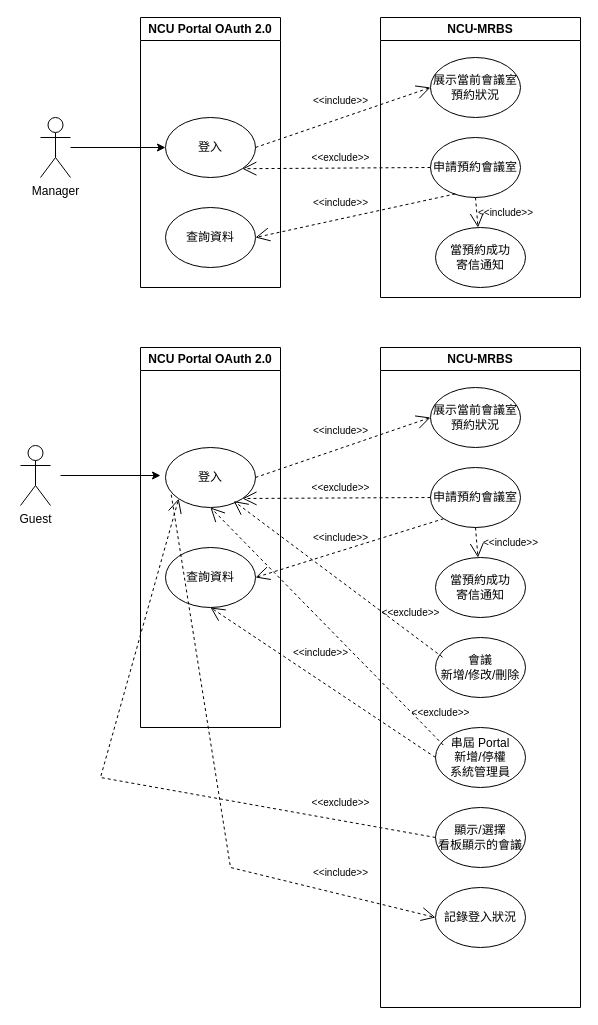
Earlier version of the draw.io diagram doc/useCase.drawio (tommygood/Meeting-Room-Booking-System). Source tidied: cells renumbered, new cells numbered last; positions are measured from the earlier drawing's top-left corner, leaving out a move shared by most shapes. Both pictures are drawn from the tidied source at 100%, with x=0, y=0 at pixel (20, 17).
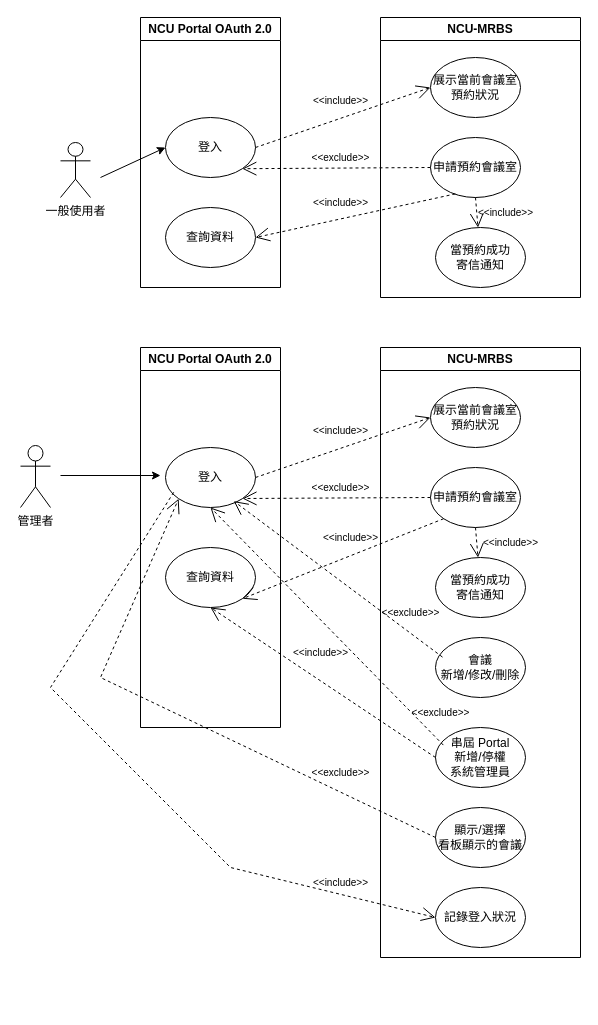
The same page after the edit.

The change refers to these unchanged cells:
```xml
<mxCell id="4" value="登入" style="ellipse;whiteSpace=wrap;html=1;" parent="3" vertex="1">
  <mxGeometry x="25" y="100" width="90" height="60" as="geometry" />
</mxCell>
<mxCell id="20" value="登入" style="ellipse;whiteSpace=wrap;html=1;" parent="19" vertex="1">
  <mxGeometry x="25" y="100" width="90" height="60" as="geometry" />
</mxCell>
<mxCell id="21" value="查詢資料" style="ellipse;whiteSpace=wrap;html=1;" parent="19" vertex="1">
  <mxGeometry x="25" y="200" width="90" height="60" as="geometry" />
</mxCell>
<mxCell id="26" value="顯示/選擇&lt;div&gt;看板顯示的會議&lt;/div&gt;" style="ellipse;whiteSpace=wrap;html=1;" parent="22" vertex="1">
  <mxGeometry x="55" y="460" width="90" height="60" as="geometry" />
</mxCell>
<mxCell id="27" value="記錄登入狀況" style="ellipse;whiteSpace=wrap;html=1;" parent="22" vertex="1">
  <mxGeometry x="55" y="540" width="90" height="60" as="geometry" />
</mxCell>
<mxCell id="28" value="申請預約會議室" style="ellipse;whiteSpace=wrap;html=1;" parent="22" vertex="1">
  <mxGeometry x="50" y="120" width="90" height="60" as="geometry" />
</mxCell>
```

Diff of the diagram source:
```diff
@@
-    <mxCell id="2" value="Manager" style="shape=umlActor;verticalLabelPosition=bottom;verticalAlign=top;html=1;outlineConnect=0;" parent="1" vertex="1">
-      <mxGeometry x="20" y="100" width="30" height="60" as="geometry" />
+    <mxCell id="2" value="管理者" style="shape=umlActor;verticalLabelPosition=bottom;verticalAlign=top;html=1;outlineConnect=0;" parent="1" vertex="1">
+      <mxGeometry y="428" width="30" height="62" as="geometry" />
     </mxCell>
@@
-    <mxCell id="6" value="Guest" style="shape=umlActor;verticalLabelPosition=bottom;verticalAlign=top;html=1;" parent="1" vertex="1">
-      <mxGeometry y="428" width="30" height="60" as="geometry" />
+    <mxCell id="6" value="一般使用者" style="shape=umlActor;verticalLabelPosition=bottom;verticalAlign=top;html=1;" parent="1" vertex="1">
+      <mxGeometry x="40" y="125" width="30" height="55" as="geometry" />
     </mxCell>
@@
-    <mxCell id="8" style="endArrow=classic;html=1;rounded=0;entryX=0;entryY=0.5;entryDx=0;entryDy=0;" parent="1" edge="1" source="2" target="4">
-      <mxGeometry relative="1" as="geometry" />
+    <mxCell id="8" style="endArrow=classic;html=1;rounded=0;entryX=0;entryY=0.5;entryDx=0;entryDy=0;" parent="1" edge="1" target="4">
+      <mxGeometry relative="1" as="geometry">
+        <mxPoint x="80" y="160" as="sourcePoint" />
+      </mxGeometry>
     </mxCell>
@@
     <mxCell id="22" value="NCU-MRBS" style="swimlane;whiteSpace=wrap;html=1;startSize=23;" parent="1" vertex="1">
-      <mxGeometry x="360" y="330" width="200" height="660" as="geometry" />
+      <mxGeometry x="360" y="330" width="200" height="610" as="geometry" />
     </mxCell>
@@
-    <mxCell id="40" style="endArrow=open;endSize=12;dashed=1;html=1;rounded=0;exitX=0;exitY=1;exitDx=0;exitDy=0;entryX=1;entryY=0.5;entryDx=0;entryDy=0;" parent="1" edge="1" source="28" target="21">
+    <mxCell id="40" style="endArrow=open;endSize=12;dashed=1;html=1;rounded=0;exitX=0;exitY=1;exitDx=0;exitDy=0;entryX=1;entryY=1;entryDx=0;entryDy=0;" parent="1" edge="1" source="28" target="21">
       <mxGeometry relative="1" as="geometry" />
     </mxCell>
     <mxCell id="41" value="&lt;font style=&quot;font-size: 10px;&quot;&gt;&amp;lt;&amp;lt;include&amp;gt;&amp;gt;&lt;/font&gt;" style="text;html=1;align=center;verticalAlign=middle;strokeColor=none;fillColor=none;" parent="1" vertex="1">
-      <mxGeometry x="280" y="505" width="80" height="30" as="geometry" />
+      <mxGeometry x="290" y="505" width="80" height="30" as="geometry" />
     </mxCell>
@@
     <mxCell id="46" value="&lt;font style=&quot;font-size: 10px;&quot;&gt;&amp;lt;&amp;lt;exclude&amp;gt;&amp;gt;&lt;/font&gt;" style="text;html=1;align=center;verticalAlign=middle;strokeColor=none;fillColor=none;" parent="1" vertex="1">
-      <mxGeometry x="280" y="770" width="80" height="30" as="geometry" />
+      <mxGeometry x="280" y="740" width="80" height="30" as="geometry" />
     </mxCell>
-    <mxCell id="47" style="endArrow=open;endSize=12;dashed=1;html=1;rounded=0;exitX=0.064;exitY=0.787;exitDx=0;exitDy=0;exitPerimeter=0;entryX=0;entryY=0.5;entryDx=0;entryDy=0;" parent="1" edge="1" source="20" target="27">
+    <mxCell id="47" style="endArrow=open;endSize=12;dashed=1;html=1;rounded=0;exitX=0.091;exitY=0.747;exitDx=0;exitDy=0;exitPerimeter=0;entryX=0;entryY=0.5;entryDx=0;entryDy=0;" parent="1" edge="1" source="20" target="27">
       <mxGeometry relative="1" as="geometry">
         <Array as="points">
+          <mxPoint x="30" y="670" />
           <mxPoint x="210" y="850" />
         </Array>
       </mxGeometry>
     </mxCell>
     <mxCell id="48" value="&lt;font style=&quot;font-size: 10px;&quot;&gt;&amp;lt;&amp;lt;include&amp;gt;&amp;gt;&lt;/font&gt;" style="text;html=1;align=center;verticalAlign=middle;strokeColor=none;fillColor=none;" parent="1" vertex="1">
-      <mxGeometry x="280" y="840" width="80" height="30" as="geometry" />
+      <mxGeometry x="280" y="850" width="80" height="30" as="geometry" />
     </mxCell>
     <mxCell id="49" style="endArrow=open;endSize=12;dashed=1;html=1;rounded=0;exitX=0;exitY=0.5;exitDx=0;exitDy=0;entryX=0;entryY=1;entryDx=0;entryDy=0;" parent="1" edge="1" source="26" target="20">
       <mxGeometry relative="1" as="geometry">
         <Array as="points">
-          <mxPoint x="80" y="760" />
+          <mxPoint x="80" y="660" />
         </Array>
       </mxGeometry>
     </mxCell>
```
